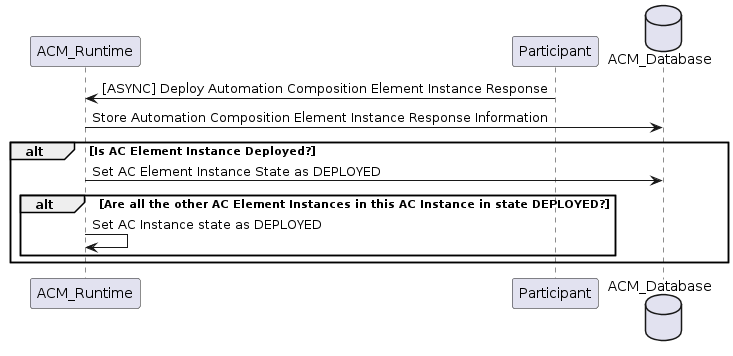
Before: docs/clamp/acm/images/system-dialogues/DeployResponseStored.png, a diagram exported from PlantUML (onap/policy-parent). Its source is kept beside it as docs/clamp/acm/plantuml/system-dialogues/DeployResponseStored.puml. The source it was exported from:
```plantuml
@startuml

participant ACM_Runtime
participant Participant
database ACM_Database

ACM_Runtime <- Participant: [ASYNC] Deploy Automation Composition Element Instance Response
ACM_Runtime -> ACM_Database: Store Automation Composition Element Instance Response Information

alt Is AC Element Instance Deployed?
 ACM_Runtime -> ACM_Database: Set AC Element Instance State as DEPLOYED
 alt Are all the other AC Element Instances in this AC Instance in state DEPLOYED?
  ACM_Runtime -> ACM_Runtime: Set AC Instance state as DEPLOYED
 end
end

@enduml
```
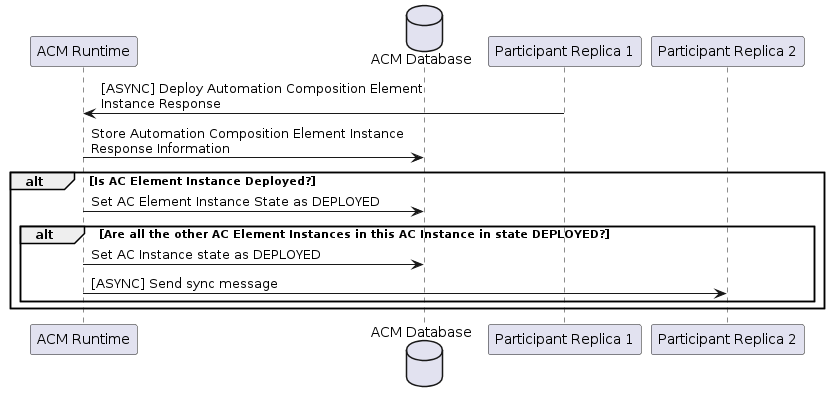
Later version of the same file.

What changed in the source:
```diff
@@ -1,16 +1,18 @@
 @startuml
 
-participant ACM_Runtime
-participant Participant
-database ACM_Database
+participant "ACM Runtime"
+database "ACM Database"
+participant "Participant Replica 1"
+participant "Participant Replica 2"
 
-ACM_Runtime <- Participant: [ASYNC] Deploy Automation Composition Element Instance Response
-ACM_Runtime -> ACM_Database: Store Automation Composition Element Instance Response Information
+"ACM Runtime" <- "Participant Replica 1": [ASYNC] Deploy Automation Composition Element \nInstance Response
+"ACM Runtime" -> "ACM Database": Store Automation Composition Element Instance \nResponse Information
 
 alt Is AC Element Instance Deployed?
- ACM_Runtime -> ACM_Database: Set AC Element Instance State as DEPLOYED
+ "ACM Runtime" -> "ACM Database": Set AC Element Instance State as DEPLOYED
  alt Are all the other AC Element Instances in this AC Instance in state DEPLOYED?
-  ACM_Runtime -> ACM_Runtime: Set AC Instance state as DEPLOYED
+  "ACM Runtime" -> "ACM Database": Set AC Instance state as DEPLOYED
+  "ACM Runtime" -> "Participant Replica 2": [ASYNC] Send sync message
  end
 end
 
```
